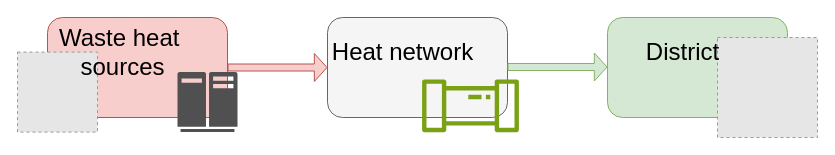
Above: principe.drawio in Maxime-samoey-ulb/master_thesis_202425 (draw.io), before the change. Source tidied: cells renumbered, new cells numbered last; positions are measured from the earlier drawing's top-left corner, leaving out a move shared by most shapes. Both pictures are drawn from the tidied source at 100%, with x=0, y=0 at pixel (17, 17). Pictures stored in the file or linked from it are replaced by grey dashed boxes.
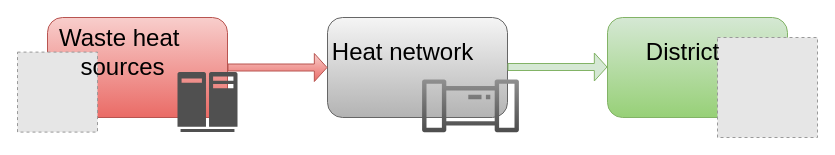
After the change.

Commit message (it also covers changes not shown here):
Mettre à jour principe.drawio

The edit, as a diff of the source:
```diff
@@
 <mxGraphModel>
   <root>
     <mxCell id="0" />
     <mxCell id="1" parent="0" />
-    <mxCell id="2" style="rounded=1;whiteSpace=wrap;html=1;fillColor=#f8cecc;strokeColor=#b85450;" parent="1" vertex="1">
+    <mxCell id="2" style="rounded=1;whiteSpace=wrap;html=1;fillColor=#f8cecc;strokeColor=#b85450;gradientColor=#ea6b66;" parent="1" vertex="1">
       <mxGeometry x="30" width="180" height="100" as="geometry" />
     </mxCell>
-    <mxCell id="3" style="rounded=1;whiteSpace=wrap;html=1;fillColor=#f5f5f5;strokeColor=#666666;fontColor=#333333;" parent="1" vertex="1">
+    <mxCell id="3" style="rounded=1;whiteSpace=wrap;html=1;fillColor=#f5f5f5;strokeColor=#666666;gradientColor=#b3b3b3;" parent="1" vertex="1">
       <mxGeometry x="310" width="180" height="100" as="geometry" />
     </mxCell>
-    <mxCell id="4" style="rounded=1;whiteSpace=wrap;html=1;fillColor=#d5e8d4;strokeColor=#82b366;" parent="1" vertex="1">
+    <mxCell id="4" style="rounded=1;whiteSpace=wrap;html=1;fillColor=#d5e8d4;strokeColor=#82b366;gradientColor=#97d077;" parent="1" vertex="1">
       <mxGeometry x="590" width="180" height="100" as="geometry" />
     </mxCell>
     <mxCell id="5" style="fillColor=#E6E6E6;strokeColor=#999999;dashed=1;html=1;verticalAlign=top;verticalLabelPosition=bottom;labelBackgroundColor=#ffffff;" parent="1" vertex="1">
       <mxGeometry x="700" y="20" width="100" height="100" as="geometry" />
     </mxCell>
-    <mxCell id="6" style="sketch=0;fontColor=#232F3E;gradientColor=none;fillColor=#7AA116;strokeColor=none;dashed=0;verticalLabelPosition=bottom;verticalAlign=top;align=center;html=1;fontSize=12;fontStyle=0;shape=mxgraph.aws4.iot_analytics_pipeline;" parent="1" vertex="1">
+    <mxCell id="6" style="sketch=0;fillColor=#909090;strokeColor=#272727;dashed=0;verticalLabelPosition=bottom;verticalAlign=top;align=center;html=1;fontSize=12;fontStyle=0;shape=mxgraph.aws4.iot_analytics_pipeline;gradientColor=#4D4D4D;" parent="1" vertex="1">
       <mxGeometry x="404" y="61.9" width="98" height="52.8" as="geometry" />
     </mxCell>
     <mxCell id="7" style="sketch=0;shadow=0;dashed=0;html=1;strokeColor=none;fillColor=#505050;labelPosition=center;verticalLabelPosition=bottom;verticalAlign=top;align=center;shape=mxgraph.office.servers.mainframe_host;" parent="1" vertex="1">
       <mxGeometry x="160" y="54.6" width="60" height="60" as="geometry" />
     </mxCell>
     <mxCell id="8" style="fillColor=#E6E6E6;strokeColor=#999999;dashed=1;html=1;verticalAlign=top;verticalLabelPosition=bottom;labelBackgroundColor=#ffffff;" parent="1" vertex="1">
       <mxGeometry y="34.6" width="80" height="80" as="geometry" />
     </mxCell>
     <mxCell id="9" value="&lt;font style=&quot;font-size: 24px;&quot;&gt;Waste heat&amp;nbsp;&lt;/font&gt;&lt;div&gt;&lt;font style=&quot;font-size: 24px;&quot;&gt;sources&lt;/font&gt;&lt;/div&gt;" style="text;html=1;align=center;verticalAlign=middle;strokeColor=none;fillColor=none;" parent="1" vertex="1">
       <mxGeometry x="30" width="150" height="70" as="geometry" />
     </mxCell>
-    <mxCell id="10" style="shape=flexArrow;endArrow=classic;html=1;rounded=0;exitX=1;exitY=0.5;exitDx=0;exitDy=0;entryX=0;entryY=0.5;entryDx=0;entryDy=0;width=7;endSize=3.89;fillColor=#f8cecc;strokeColor=#b85450;" parent="1" edge="1" source="2" target="3">
+    <mxCell id="10" style="shape=flexArrow;endArrow=classic;html=1;rounded=0;exitX=1;exitY=0.5;exitDx=0;exitDy=0;entryX=0;entryY=0.5;entryDx=0;entryDy=0;width=7;endSize=3.89;fillColor=#f8cecc;strokeColor=#b85450;gradientColor=#ea6b66;" parent="1" edge="1" source="2" target="3">
       <mxGeometry relative="1" as="geometry" />
     </mxCell>
     <mxCell id="11" style="shape=flexArrow;endArrow=classic;html=1;rounded=0;exitX=1;exitY=0.5;exitDx=0;exitDy=0;entryX=0;entryY=0.5;entryDx=0;entryDy=0;width=7;endSize=3.89;fillColor=#d5e8d4;strokeColor=#82b366;" parent="1" edge="1">
       <mxGeometry relative="1" as="geometry">
         <mxPoint x="490" y="49.5" as="sourcePoint" />
         <mxPoint x="590" y="49.5" as="targetPoint" />
       </mxGeometry>
     </mxCell>
     <mxCell id="12" value="&lt;div&gt;&lt;font style=&quot;font-size: 24px;&quot;&gt;Heat network&lt;/font&gt;&lt;/div&gt;" style="text;html=1;align=center;verticalAlign=middle;strokeColor=none;fillColor=none;" parent="1" vertex="1">
       <mxGeometry x="305" y="15" width="160" height="40" as="geometry" />
     </mxCell>
     <mxCell id="13" value="&lt;span style=&quot;font-size: 24px;&quot;&gt;District&lt;/span&gt;" style="text;html=1;align=center;verticalAlign=middle;strokeColor=none;fillColor=none;" parent="1" vertex="1">
       <mxGeometry x="615" y="15" width="100" height="40" as="geometry" />
     </mxCell>
   </root>
 </mxGraphModel>
```
